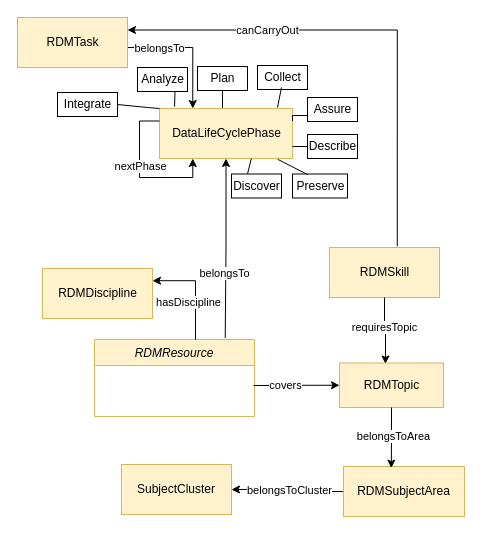
This is visualisations/RDM_Module.drawio from data-literacy-alliance/dalia-ontology, a draw.io file, before an edit. Source tidied: cells renumbered, new cells numbered last; positions are measured from the earlier drawing's top-left corner, leaving out a move shared by most shapes. Both pictures are drawn from the tidied source at 100%, with x=0, y=0 at pixel (17, 17).
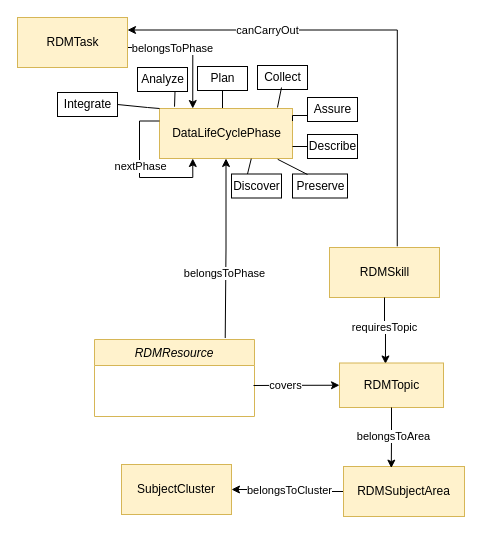
After the change.

Unchanged cells that the change refers to:
```xml
<mxCell id="2" style="edgeStyle=orthogonalEdgeStyle;rounded=0;jettySize=auto;html=1;exitX=0.5;exitY=1;exitDx=0;exitDy=0;entryX=0.817;entryY=-0.019;entryDx=0;entryDy=0;entryPerimeter=0;endArrow=none;endFill=0;startArrow=classic;startFill=1;" parent="1" edge="1" source="7" target="10">
  <mxGeometry relative="1" as="geometry" />
</mxCell>
<mxCell id="5" style="edgeStyle=orthogonalEdgeStyle;rounded=0;jettySize=auto;html=1;exitX=0.25;exitY=0;exitDx=0;exitDy=0;entryX=1;entryY=0.5;entryDx=0;entryDy=0;endArrow=none;endFill=0;startArrow=classic;startFill=1;" parent="1" edge="1" source="7" target="13">
  <mxGeometry relative="1" as="geometry">
    <Array as="points">
      <mxPoint x="175" y="30" />
      <mxPoint x="110" y="30" />
    </Array>
  </mxGeometry>
</mxCell>
```

The edit, as a diff of the source:
```diff
@@
-    <mxCell id="3" value="belongsTo" style="edgeLabel;html=1;align=center;verticalAlign=middle;" parent="2" vertex="1">
+    <mxCell id="3" value="belongsToPhase" style="edgeLabel;html=1;align=center;verticalAlign=middle;" parent="2" vertex="1">
       <mxGeometry x="0.27" y="-1" relative="1" as="geometry" />
     </mxCell>
@@
-    <mxCell id="6" value="belongsTo" style="edgeLabel;html=1;align=center;verticalAlign=middle;" parent="5" vertex="1">
+    <mxCell id="6" value="belongsToPhase" style="edgeLabel;html=1;align=center;verticalAlign=middle;" parent="5" vertex="1">
       <mxGeometry x="0.27" relative="1" as="geometry">
-        <mxPoint x="-12" as="offset" />
+        <mxPoint x="1" as="offset" />
       </mxGeometry>
     </mxCell>
@@
-    <mxCell id="14" style="edgeStyle=orthogonalEdgeStyle;rounded=0;orthogonalLoop=1;jettySize=auto;html=1;exitX=1;exitY=0.5;exitDx=0;exitDy=0;startArrow=classic;startFill=1;endArrow=none;endFill=0;entryX=0.681;entryY=0.065;entryDx=0;entryDy=0;entryPerimeter=0;" parent="1" edge="1">
-      <mxGeometry relative="1" as="geometry">
-        <mxPoint x="135" y="263.2" as="sourcePoint" />
-        <mxPoint x="178" y="322" as="targetPoint" />
-        <Array as="points">
-          <mxPoint x="178" y="263" />
-        </Array>
-      </mxGeometry>
-    </mxCell>
-    <mxCell id="15" value="hasDiscipline" style="edgeLabel;html=1;align=center;verticalAlign=middle;" parent="14" vertex="1">
-      <mxGeometry x="-0.07" y="3" relative="1" as="geometry">
-        <mxPoint x="-11" y="17" as="offset" />
-      </mxGeometry>
-    </mxCell>
-    <mxCell id="16" value="RDMDiscipline" style="html=1;fillColor=#fff2cc;strokeColor=#d6b656;" parent="1" vertex="1">
-      <mxGeometry x="25" y="251" width="110" height="50" as="geometry" />
-    </mxCell>
```
